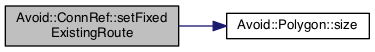
Earlier version of the Graphviz export documentation/classAvoid_1_1ConnRef_ab3bea9ff902f7b2faf8be50f8aa82f90_cgraph.png (mjwybrow/adaptagrams). Its source is kept beside it as documentation/classAvoid_1_1ConnRef_ab3bea9ff902f7b2faf8be50f8aa82f90_cgraph.dot.
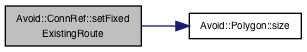
The same file after the commit.

The edit, as a diff of the source:
```diff
@@ -3,7 +3,7 @@
   edge [fontname="Helvetica",fontsize="10",labelfontname="Helvetica",labelfontsize="10"];
   node [fontname="Helvetica",fontsize="10",shape=record];
   rankdir="LR";
-  Node1 [label="Avoid::ConnRef::setFixed\lExistingRoute",height=0.2,width=0.4,color="black", fillcolor="grey75", style="filled", fontcolor="black"];
-  Node1 -> Node2 [color="midnightblue",fontsize="10",style="solid",fontname="Helvetica"];
-  Node2 [label="Avoid::Polygon::size",height=0.2,width=0.4,color="black", fillcolor="white", style="filled",URL="$classAvoid_1_1Polygon.html#a58c011bded47396fb1bbda2c1eeb9552",tooltip="Returns the number of points in this polygon. "];
+  Node81 [label="Avoid::ConnRef::setFixed\lExistingRoute",height=0.2,width=0.4,color="black", fillcolor="grey75", style="filled", fontcolor="black"];
+  Node81 -> Node82 [color="midnightblue",fontsize="10",style="solid",fontname="Helvetica"];
+  Node82 [label="Avoid::Polygon::size",height=0.2,width=0.4,color="black", fillcolor="white", style="filled",URL="$classAvoid_1_1Polygon.html#a2f9e9c8c78407eefbde944e663d9711e",tooltip="Returns the number of points in this polygon. "];
 }
```
